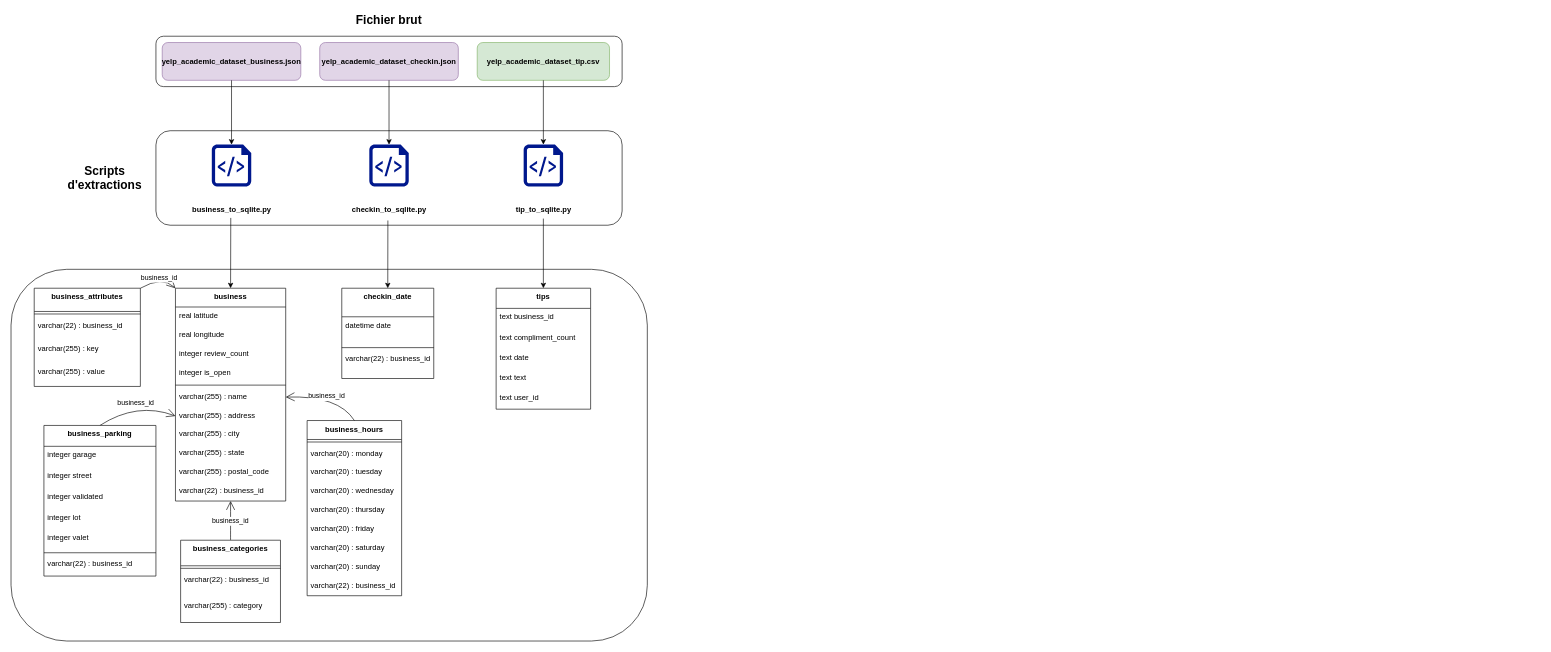
Before: diagramme/ETL.drawio in Maxime-Cllt/Argon, a draw.io diagram. Source tidied: cells renumbered, new cells numbered last; positions are measured from the earlier drawing's top-left corner, leaving out a move shared by most shapes. Both pictures are drawn from the tidied source at 63%, with x=0, y=0 at pixel (11, 11).
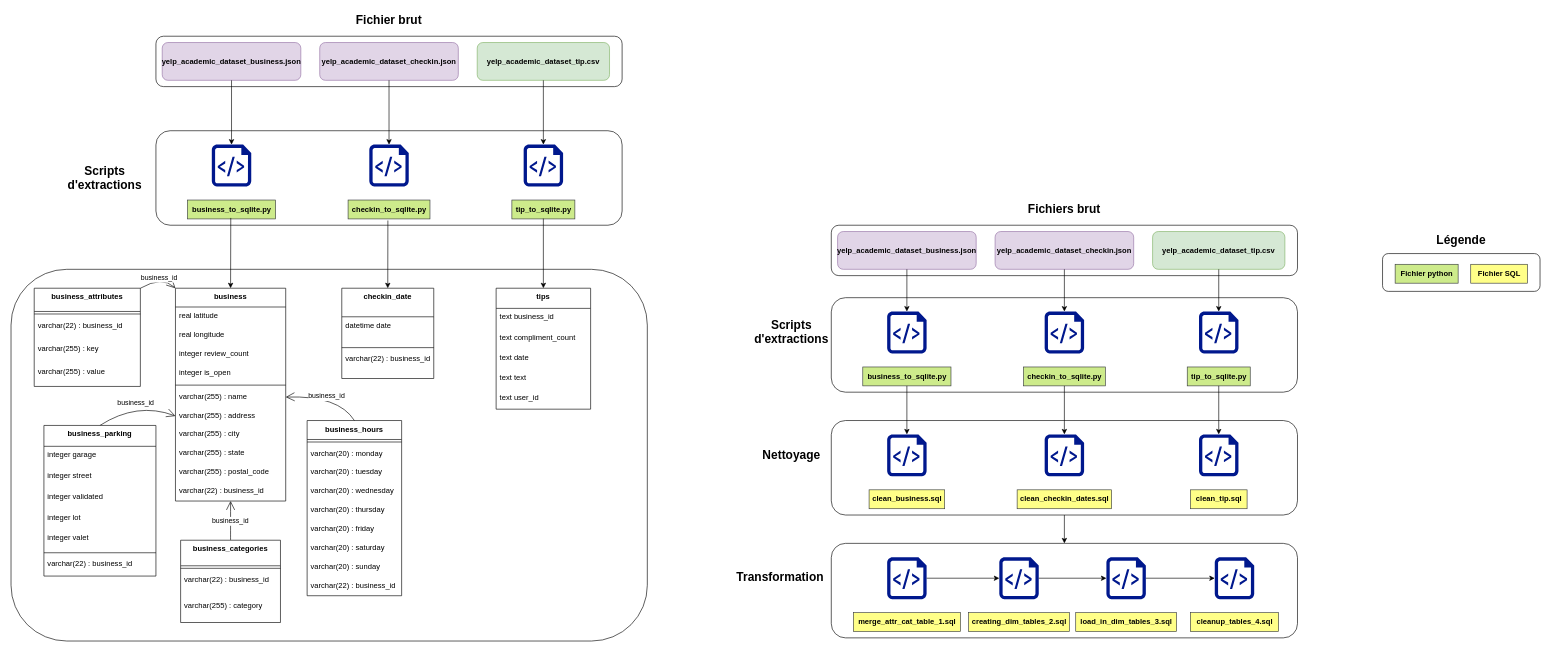
The same page after the edit.

Change to the diagram source:
```diff
@@
+    <mxCell id="75" style="rounded=1;whiteSpace=wrap;html=1;" parent="1" vertex="1">
+      <mxGeometry x="2177" y="385" width="250" height="60" as="geometry" />
+    </mxCell>
@@
-    <mxCell id="12" value="checkin_to_sqlite.py" style="text;html=1;align=center;verticalAlign=middle;points=[];strokeColor=none;fillColor=none;fontStyle=1;" parent="1" vertex="1">
+    <mxCell id="12" value="checkin_to_sqlite.py" style="text;html=1;align=center;verticalAlign=middle;points=[];strokeColor=#36393d;fillColor=#cdeb8b;fontStyle=1;" parent="1" vertex="1">
       <mxGeometry x="535" y="300" width="130" height="30" as="geometry" />
     </mxCell>
-    <mxCell id="13" value="business_to_sqlite.py" style="text;html=1;align=center;verticalAlign=middle;strokeColor=none;fillColor=none;fontStyle=1;" parent="1" vertex="1">
+    <mxCell id="13" value="business_to_sqlite.py" style="text;html=1;align=center;verticalAlign=middle;strokeColor=#36393d;fillColor=#cdeb8b;fontStyle=1;" parent="1" vertex="1">
       <mxGeometry x="280" y="300" width="140" height="30" as="geometry" />
     </mxCell>
-    <mxCell id="14" value="tip_to_sqlite.py" style="text;html=1;align=center;verticalAlign=middle;points=[];strokeColor=none;fillColor=none;fontStyle=1;" parent="1" vertex="1">
+    <mxCell id="14" value="tip_to_sqlite.py" style="text;html=1;align=center;verticalAlign=middle;points=[];strokeColor=#36393d;fillColor=#cdeb8b;fontStyle=1;" parent="1" vertex="1">
       <mxGeometry x="795" y="300" width="100" height="30" as="geometry" />
     </mxCell>
@@
+    <mxCell id="76" style="rounded=1;whiteSpace=wrap;html=1;fontStyle=1;" parent="1" vertex="1">
+      <mxGeometry x="1302" y="455" width="740" height="150" as="geometry" />
+    </mxCell>
+    <mxCell id="77" style="rounded=1;whiteSpace=wrap;html=1;fontStyle=1;" parent="1" vertex="1">
+      <mxGeometry x="1302" y="340" width="740" height="80" as="geometry" />
+    </mxCell>
+    <mxCell id="78" value="yelp_academic_dataset_business.json" style="rounded=1;whiteSpace=wrap;html=1;fillColor=#e1d5e7;strokeColor=#9673a6;fontStyle=1;" parent="1" vertex="1">
+      <mxGeometry x="1312" y="350" width="220" height="60" as="geometry" />
+    </mxCell>
+    <mxCell id="79" value="yelp_academic_dataset_checkin.json" style="rounded=1;whiteSpace=wrap;html=1;fillColor=#e1d5e7;strokeColor=#9673a6;fontStyle=1;" parent="1" vertex="1">
+      <mxGeometry x="1562" y="350" width="220" height="60" as="geometry" />
+    </mxCell>
+    <mxCell id="80" value="yelp_academic_dataset_tip.csv" style="rounded=1;whiteSpace=wrap;html=1;fillColor=#d5e8d4;strokeColor=#82b366;fontStyle=1;" parent="1" vertex="1">
+      <mxGeometry x="1812" y="350" width="210" height="60" as="geometry" />
+    </mxCell>
+    <mxCell id="81" style="endArrow=classic;html=1;rounded=0;exitX=0.5;exitY=1;exitDx=0;exitDy=0;entryX=0.5;entryY=0;entryDx=0;entryDy=0;entryPerimeter=0;fontStyle=1;" parent="1" edge="1" source="78" target="84">
+      <mxGeometry relative="1" as="geometry" />
+    </mxCell>
+    <mxCell id="82" style="endArrow=classic;html=1;rounded=0;exitX=0.5;exitY=1;exitDx=0;exitDy=0;entryX=0.5;entryY=0;entryDx=0;entryDy=0;entryPerimeter=0;fontStyle=1;" parent="1" edge="1" source="79" target="90">
+      <mxGeometry relative="1" as="geometry" />
+    </mxCell>
+    <mxCell id="83" style="endArrow=classic;html=1;rounded=0;exitX=0.5;exitY=1;exitDx=0;exitDy=0;entryX=0.5;entryY=0;entryDx=0;entryDy=0;entryPerimeter=0;fontStyle=1;" parent="1" edge="1" source="80" target="91">
+      <mxGeometry relative="1" as="geometry" />
+    </mxCell>
+    <mxCell id="84" style="sketch=0;shadow=0;dashed=0;html=1;strokeColor=none;labelPosition=center;verticalLabelPosition=bottom;verticalAlign=top;align=center;fillColor=#00188D;shape=mxgraph.azure.script_file;fontStyle=1;" parent="1" vertex="1">
+      <mxGeometry x="1390.7" y="477" width="62.6" height="66.6" as="geometry" />
+    </mxCell>
+    <mxCell id="85" value="checkin_to_sqlite.py" style="text;html=1;align=center;verticalAlign=middle;points=[];strokeColor=#36393d;fillColor=#cdeb8b;fontStyle=1;" parent="1" vertex="1">
+      <mxGeometry x="1607" y="565" width="130" height="30" as="geometry" />
+    </mxCell>
+    <mxCell id="86" value="business_to_sqlite.py" style="text;html=1;align=center;verticalAlign=middle;points=[];strokeColor=#36393d;fillColor=#cdeb8b;fontStyle=1;" parent="1" vertex="1">
+      <mxGeometry x="1352" y="565" width="140" height="30" as="geometry" />
+    </mxCell>
+    <mxCell id="87" value="tip_to_sqlite.py" style="text;html=1;align=center;verticalAlign=middle;points=[];strokeColor=#36393d;fillColor=#cdeb8b;fontStyle=1;" parent="1" vertex="1">
+      <mxGeometry x="1867" y="565" width="100" height="30" as="geometry" />
+    </mxCell>
+    <mxCell id="88" value="&lt;span&gt;&lt;font style=&quot;font-size: 19px;&quot;&gt;Fichiers brut&lt;/font&gt;&lt;/span&gt;" style="text;html=1;align=center;verticalAlign=middle;whiteSpace=wrap;rounded=0;fontStyle=1;" parent="1" vertex="1">
+      <mxGeometry x="1591" y="300" width="162" height="30" as="geometry" />
+    </mxCell>
+    <mxCell id="89" value="&lt;span&gt;&lt;font style=&quot;font-size: 19px;&quot;&gt;Scripts d'extractions&lt;/font&gt;&lt;/span&gt;" style="text;html=1;align=center;verticalAlign=middle;whiteSpace=wrap;rounded=0;fontStyle=1;" parent="1" vertex="1">
+      <mxGeometry x="1148" y="495.3" width="182" height="30" as="geometry" />
+    </mxCell>
+    <mxCell id="90" style="sketch=0;shadow=0;dashed=0;html=1;strokeColor=none;labelPosition=center;verticalLabelPosition=bottom;verticalAlign=top;align=center;fillColor=#00188D;shape=mxgraph.azure.script_file;fontStyle=1;" parent="1" vertex="1">
+      <mxGeometry x="1640.7" y="477" width="62.6" height="66.6" as="geometry" />
+    </mxCell>
+    <mxCell id="91" style="sketch=0;shadow=0;dashed=0;html=1;strokeColor=none;labelPosition=center;verticalLabelPosition=bottom;verticalAlign=top;align=center;fillColor=#00188D;shape=mxgraph.azure.script_file;fontStyle=1;" parent="1" vertex="1">
+      <mxGeometry x="1885.7" y="477" width="62.6" height="66.6" as="geometry" />
+    </mxCell>
+    <mxCell id="92" style="edgeStyle=orthogonalEdgeStyle;rounded=0;jettySize=auto;html=1;entryX=0.5;entryY=0;entryDx=0;entryDy=0;" parent="1" edge="1" source="93" target="101">
+      <mxGeometry relative="1" as="geometry" />
+    </mxCell>
+    <mxCell id="93" style="rounded=1;whiteSpace=wrap;html=1;fontStyle=1;" parent="1" vertex="1">
+      <mxGeometry x="1302" y="650" width="740" height="150" as="geometry" />
+    </mxCell>
+    <mxCell id="94" style="sketch=0;shadow=0;dashed=0;html=1;strokeColor=none;labelPosition=center;verticalLabelPosition=bottom;verticalAlign=top;align=center;fillColor=#00188D;shape=mxgraph.azure.script_file;fontStyle=1;" parent="1" vertex="1">
+      <mxGeometry x="1390.7" y="672" width="62.6" height="66.6" as="geometry" />
+    </mxCell>
+    <mxCell id="95" value="clean_checkin_dates.sql" style="text;html=1;align=center;verticalAlign=middle;strokeColor=#36393d;fillColor=#ffff88;fontStyle=1;" parent="1" vertex="1">
+      <mxGeometry x="1597" y="760" width="150" height="30" as="geometry" />
+    </mxCell>
+    <mxCell id="96" value="clean_business.sql" style="text;html=1;align=center;verticalAlign=middle;strokeColor=#36393d;fillColor=#ffff88;fontStyle=1;" parent="1" vertex="1">
+      <mxGeometry x="1362" y="760" width="120" height="30" as="geometry" />
+    </mxCell>
+    <mxCell id="97" value="clean_tip.sql" style="text;html=1;align=center;verticalAlign=middle;strokeColor=#36393d;fillColor=#ffff88;fontStyle=1;" parent="1" vertex="1">
+      <mxGeometry x="1872" y="760" width="90" height="30" as="geometry" />
+    </mxCell>
+    <mxCell id="98" value="&lt;span style=&quot;font-size: 19px;&quot;&gt;&lt;span&gt;Nettoyage&lt;/span&gt;&lt;/span&gt;" style="text;html=1;align=center;verticalAlign=middle;whiteSpace=wrap;rounded=0;fontStyle=1;" parent="1" vertex="1">
+      <mxGeometry x="1148" y="690.3" width="182" height="30" as="geometry" />
+    </mxCell>
+    <mxCell id="99" style="sketch=0;shadow=0;dashed=0;html=1;strokeColor=none;labelPosition=center;verticalLabelPosition=bottom;verticalAlign=top;align=center;fillColor=#00188D;shape=mxgraph.azure.script_file;fontStyle=1;" parent="1" vertex="1">
+      <mxGeometry x="1640.7" y="672" width="62.6" height="66.6" as="geometry" />
+    </mxCell>
+    <mxCell id="100" style="sketch=0;shadow=0;dashed=0;html=1;strokeColor=none;labelPosition=center;verticalLabelPosition=bottom;verticalAlign=top;align=center;fillColor=#00188D;shape=mxgraph.azure.script_file;fontStyle=1;" parent="1" vertex="1">
+      <mxGeometry x="1885.7" y="672" width="62.6" height="66.6" as="geometry" />
+    </mxCell>
+    <mxCell id="101" style="rounded=1;whiteSpace=wrap;html=1;fontStyle=1;" parent="1" vertex="1">
+      <mxGeometry x="1302" y="845" width="740" height="150" as="geometry" />
+    </mxCell>
+    <mxCell id="102" style="sketch=0;shadow=0;dashed=0;html=1;strokeColor=none;labelPosition=center;verticalLabelPosition=bottom;verticalAlign=top;align=center;fillColor=#00188D;shape=mxgraph.azure.script_file;fontStyle=1;" parent="1" vertex="1">
+      <mxGeometry x="1390.7" y="867" width="62.6" height="66.6" as="geometry" />
+    </mxCell>
+    <mxCell id="103" value="creating_dim_tables_2.sql" style="text;html=1;align=center;verticalAlign=middle;strokeColor=#36393d;fillColor=#ffff88;fontStyle=1;" parent="1" vertex="1">
+      <mxGeometry x="1520" y="955" width="160" height="30" as="geometry" />
+    </mxCell>
+    <mxCell id="104" value="merge_attr_cat_table_1.sql" style="text;html=1;align=center;verticalAlign=middle;strokeColor=#36393d;fillColor=#ffff88;fontStyle=1;" parent="1" vertex="1">
+      <mxGeometry x="1337" y="955" width="170" height="30" as="geometry" />
+    </mxCell>
+    <mxCell id="105" value="load_in_dim_tables_3.sql" style="text;html=1;align=center;verticalAlign=middle;strokeColor=#36393d;fillColor=#ffff88;fontStyle=1;" parent="1" vertex="1">
+      <mxGeometry x="1690" y="955" width="160" height="30" as="geometry" />
+    </mxCell>
+    <mxCell id="106" style="sketch=0;shadow=0;dashed=0;html=1;strokeColor=none;labelPosition=center;verticalLabelPosition=bottom;verticalAlign=top;align=center;fillColor=#00188D;shape=mxgraph.azure.script_file;fontStyle=1;" parent="1" vertex="1">
+      <mxGeometry x="1568.7" y="867" width="62.6" height="66.6" as="geometry" />
+    </mxCell>
+    <mxCell id="107" style="sketch=0;shadow=0;dashed=0;html=1;strokeColor=none;labelPosition=center;verticalLabelPosition=bottom;verticalAlign=top;align=center;fillColor=#00188D;shape=mxgraph.azure.script_file;fontStyle=1;" parent="1" vertex="1">
+      <mxGeometry x="1738.7" y="867" width="62.6" height="66.6" as="geometry" />
+    </mxCell>
+    <mxCell id="108" value="&lt;span style=&quot;font-size: 19px;&quot;&gt;&lt;span&gt;Transformation&lt;/span&gt;&lt;/span&gt;" style="text;html=1;align=center;verticalAlign=middle;whiteSpace=wrap;rounded=0;fontStyle=1;" parent="1" vertex="1">
+      <mxGeometry x="1130" y="885.3" width="182" height="30" as="geometry" />
+    </mxCell>
+    <mxCell id="109" style="edgeStyle=orthogonalEdgeStyle;rounded=0;jettySize=auto;html=1;entryX=0.5;entryY=0;entryDx=0;entryDy=0;entryPerimeter=0;" parent="1" edge="1" source="85" target="99">
+      <mxGeometry relative="1" as="geometry" />
+    </mxCell>
+    <mxCell id="110" style="edgeStyle=orthogonalEdgeStyle;rounded=0;jettySize=auto;html=1;entryX=0.5;entryY=0;entryDx=0;entryDy=0;entryPerimeter=0;" parent="1" edge="1" source="86" target="94">
+      <mxGeometry relative="1" as="geometry" />
+    </mxCell>
+    <mxCell id="111" style="edgeStyle=orthogonalEdgeStyle;rounded=0;jettySize=auto;html=1;entryX=0.5;entryY=0;entryDx=0;entryDy=0;entryPerimeter=0;" parent="1" edge="1" source="87" target="100">
+      <mxGeometry relative="1" as="geometry" />
+    </mxCell>
+    <mxCell id="112" style="edgeStyle=orthogonalEdgeStyle;rounded=0;jettySize=auto;html=1;entryX=0;entryY=0.5;entryDx=0;entryDy=0;entryPerimeter=0;" parent="1" edge="1" source="102" target="106">
+      <mxGeometry relative="1" as="geometry" />
+    </mxCell>
+    <mxCell id="113" style="edgeStyle=orthogonalEdgeStyle;rounded=0;jettySize=auto;html=1;entryX=0;entryY=0.5;entryDx=0;entryDy=0;entryPerimeter=0;" parent="1" edge="1" source="106" target="107">
+      <mxGeometry relative="1" as="geometry" />
+    </mxCell>
+    <mxCell id="114" value="cleanup_tables_4.sql" style="text;html=1;align=center;verticalAlign=middle;strokeColor=#36393d;fillColor=#ffff88;fontStyle=1;" parent="1" vertex="1">
+      <mxGeometry x="1872" y="955" width="140" height="30" as="geometry" />
+    </mxCell>
+    <mxCell id="115" style="sketch=0;shadow=0;dashed=0;html=1;strokeColor=none;labelPosition=center;verticalLabelPosition=bottom;verticalAlign=top;align=center;fillColor=#00188D;shape=mxgraph.azure.script_file;fontStyle=1;" parent="1" vertex="1">
+      <mxGeometry x="1910.7" y="867" width="62.6" height="66.6" as="geometry" />
+    </mxCell>
+    <mxCell id="116" style="edgeStyle=orthogonalEdgeStyle;rounded=0;jettySize=auto;html=1;entryX=0;entryY=0.5;entryDx=0;entryDy=0;entryPerimeter=0;" parent="1" edge="1" source="107" target="115">
+      <mxGeometry relative="1" as="geometry" />
+    </mxCell>
+    <mxCell id="117" value="Fichier python" style="text;html=1;align=center;verticalAlign=middle;strokeColor=#36393d;fillColor=#cdeb8b;fontStyle=1;" parent="1" vertex="1">
+      <mxGeometry x="2197" y="402" width="100" height="30" as="geometry" />
+    </mxCell>
+    <mxCell id="118" value="Fichier SQL" style="text;html=1;align=center;verticalAlign=middle;strokeColor=#36393d;fillColor=#ffff88;fontStyle=1;" parent="1" vertex="1">
+      <mxGeometry x="2317" y="402" width="90" height="30" as="geometry" />
+    </mxCell>
+    <mxCell id="119" value="&lt;span&gt;&lt;font style=&quot;font-size: 19px;&quot;&gt;Légende&lt;/font&gt;&lt;/span&gt;" style="text;html=1;align=center;verticalAlign=middle;whiteSpace=wrap;rounded=0;fontStyle=1;" parent="1" vertex="1">
+      <mxGeometry x="2221" y="350" width="162" height="30" as="geometry" />
+    </mxCell>
```
